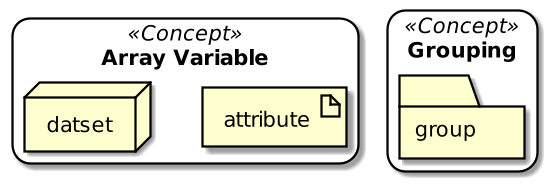
Before: img/hdf5-primitives.png, a diagram exported from PlantUML (gheber/literate-hdf5).
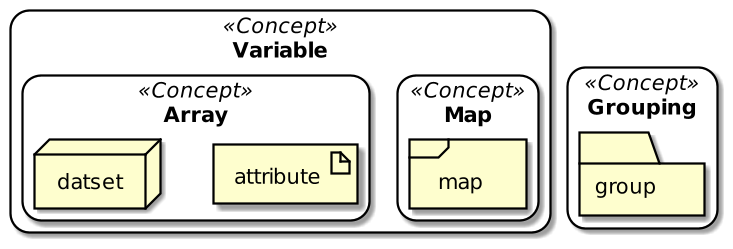
After the commit.

Diff of the diagram source:
```diff
@@ -4,9 +4,14 @@
     roundCorner<<Concept>> 25
 }
 
-rectangle "Array Variable" <<Concept>> {
-  artifact " attribute "
-  node "datset"
+rectangle "Variable" <<Concept>> {
+  rectangle "Map" <<Concept>> {
+    frame " map "
+  }
+  rectangle "Array" <<Concept>> {
+    artifact " attribute "
+    node "datset"
+  }
 }
 
 rectangle "Grouping" <<Concept>> {
```
